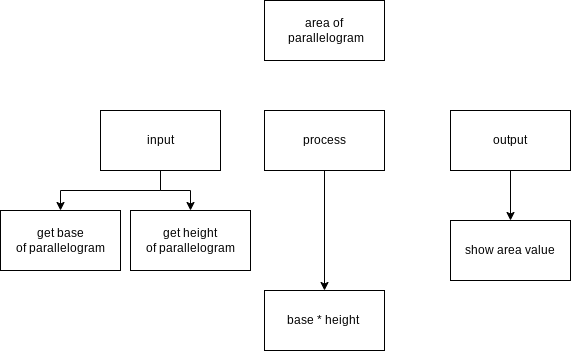
Before: top-down.png, a diagram exported from draw.io (mohammedal-ess/ICS3U-Assignment6-python). Source tidied: cells renumbered, new cells last; positions are measured from the earlier drawing's top-left corner, leaving out a move shared by most shapes. Its diagram source:
```xml
<mxGraphModel>
  <root>
    <mxCell id="0" />
    <mxCell id="1" parent="0" />
    <mxCell id="2" value="area of&lt;br&gt;&amp;nbsp;parallelogram" style="rounded=0;whiteSpace=wrap;html=1;" parent="1" vertex="1">
      <mxGeometry x="264" width="120" height="60" as="geometry" />
    </mxCell>
    <mxCell id="3" style="edgeStyle=orthogonalEdgeStyle;html=1;entryX=0.5;entryY=0;entryDx=0;entryDy=0;rounded=0;" parent="1" edge="1" source="5" target="10">
      <mxGeometry relative="1" as="geometry" />
    </mxCell>
    <mxCell id="4" style="edgeStyle=orthogonalEdgeStyle;rounded=0;html=1;" parent="1" edge="1" source="5" target="11">
      <mxGeometry relative="1" as="geometry" />
    </mxCell>
    <mxCell id="5" value="input" style="rounded=0;whiteSpace=wrap;html=1;" parent="1" vertex="1">
      <mxGeometry x="100" y="110" width="120" height="60" as="geometry" />
    </mxCell>
    <mxCell id="6" style="edgeStyle=orthogonalEdgeStyle;rounded=0;html=1;" parent="1" edge="1" source="7" target="12">
      <mxGeometry relative="1" as="geometry" />
    </mxCell>
    <mxCell id="7" value="process" style="rounded=0;whiteSpace=wrap;html=1;" parent="1" vertex="1">
      <mxGeometry x="264" y="110" width="120" height="60" as="geometry" />
    </mxCell>
    <mxCell id="8" style="edgeStyle=orthogonalEdgeStyle;rounded=0;html=1;" parent="1" edge="1" source="9" target="13">
      <mxGeometry relative="1" as="geometry" />
    </mxCell>
    <mxCell id="9" value="output" style="rounded=0;whiteSpace=wrap;html=1;" parent="1" vertex="1">
      <mxGeometry x="450" y="110" width="120" height="60" as="geometry" />
    </mxCell>
    <mxCell id="10" value="get base of&amp;nbsp;parallelogram" style="rounded=0;whiteSpace=wrap;html=1;" parent="1" vertex="1">
      <mxGeometry y="210" width="120" height="60" as="geometry" />
    </mxCell>
    <mxCell id="11" value="get height of&amp;nbsp;parallelogram" style="rounded=0;whiteSpace=wrap;html=1;" parent="1" vertex="1">
      <mxGeometry x="130" y="210" width="120" height="60" as="geometry" />
    </mxCell>
    <mxCell id="12" value="base * height&amp;nbsp;" style="rounded=0;whiteSpace=wrap;html=1;" parent="1" vertex="1">
      <mxGeometry x="264" y="290" width="120" height="60" as="geometry" />
    </mxCell>
    <mxCell id="13" value="show area value" style="rounded=0;whiteSpace=wrap;html=1;" parent="1" vertex="1">
      <mxGeometry x="450" y="220" width="120" height="60" as="geometry" />
    </mxCell>
  </root>
</mxGraphModel>
```
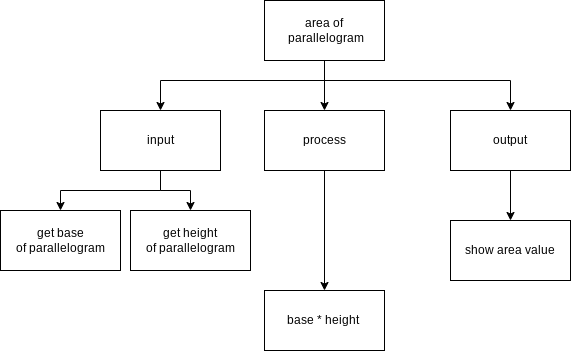
The same diagram one commit later.

Commit message:
delete top-down

The edit, as a diff of the source:
```diff
@@ -2,6 +2,25 @@
   <root>
     <mxCell id="0" />
     <mxCell id="1" parent="0" />
+    <mxCell id="14" style="edgeStyle=orthogonalEdgeStyle;rounded=0;html=1;" parent="1" edge="1" source="2" target="9">
+      <mxGeometry relative="1" as="geometry">
+        <Array as="points">
+          <mxPoint x="324" y="80" />
+          <mxPoint x="510" y="80" />
+        </Array>
+      </mxGeometry>
+    </mxCell>
+    <mxCell id="15" style="edgeStyle=orthogonalEdgeStyle;rounded=0;html=1;" parent="1" edge="1" source="2" target="5">
+      <mxGeometry relative="1" as="geometry">
+        <Array as="points">
+          <mxPoint x="324" y="80" />
+          <mxPoint x="160" y="80" />
+        </Array>
+      </mxGeometry>
+    </mxCell>
+    <mxCell id="16" style="edgeStyle=orthogonalEdgeStyle;rounded=0;html=1;" parent="1" edge="1" source="2" target="7">
+      <mxGeometry relative="1" as="geometry" />
+    </mxCell>
     <mxCell id="2" value="area of&lt;br&gt;&amp;nbsp;parallelogram" style="rounded=0;whiteSpace=wrap;html=1;" parent="1" vertex="1">
       <mxGeometry x="264" width="120" height="60" as="geometry" />
     </mxCell>
```
